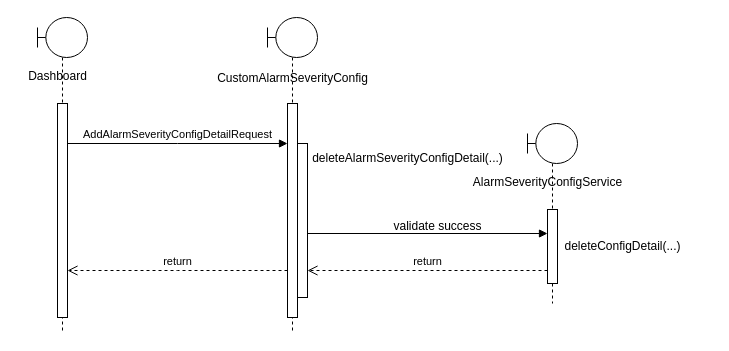
This is page "Xóa cấu hình" (5 of 5) of change_alarm_severity.drawio from hiep1097/drawio, a draw.io file, before an edit. Source tidied: cells renumbered, new cells numbered last; positions are measured from the earlier drawing's top-left corner, leaving out a move shared by most shapes. Both pictures are drawn from the tidied source at 100%, with x=0, y=0 at pixel (17, 17).
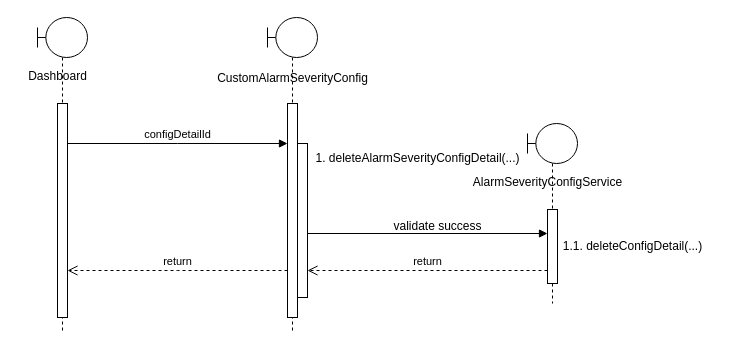
After the change.

Unchanged cells that the change refers to:
```xml
<mxCell id="3" style="html=1;points=[];perimeter=orthogonalPerimeter;outlineConnect=0;targetShapes=umlLifeline;portConstraint=eastwest;newEdgeStyle={&quot;edgeStyle&quot;:&quot;elbowEdgeStyle&quot;,&quot;elbow&quot;:&quot;vertical&quot;,&quot;curved&quot;:0,&quot;rounded&quot;:0};" parent="2" vertex="1">
  <mxGeometry x="20" y="86" width="10" height="214" as="geometry" />
</mxCell>
```

The edit, as a diff of the source:
```diff
@@
-    <mxCell id="9" value="AddAlarmSeverityConfigDetailRequest" style="html=1;verticalAlign=bottom;endArrow=block;edgeStyle=elbowEdgeStyle;elbow=vertical;curved=0;rounded=0;" parent="1" edge="1" target="3">
+    <mxCell id="9" value="configDetailId" style="html=1;verticalAlign=bottom;endArrow=block;edgeStyle=elbowEdgeStyle;elbow=vertical;curved=0;rounded=0;" parent="1" edge="1" target="3">
       <mxGeometry relative="1" as="geometry">
         <mxPoint x="50" y="126" as="sourcePoint" />
       </mxGeometry>
     </mxCell>
-    <mxCell id="10" value="deleteAlarmSeverityConfigDetail(...)" style="text;html=1;align=center;verticalAlign=middle;strokeColor=none;fillColor=none;" parent="1" vertex="1">
-      <mxGeometry x="285" y="126" width="210" height="30" as="geometry" />
+    <mxCell id="10" value="1. deleteAlarmSeverityConfigDetail(...)" style="text;html=1;align=center;verticalAlign=middle;strokeColor=none;fillColor=none;" parent="1" vertex="1">
+      <mxGeometry x="285" y="126" width="230" height="30" as="geometry" />
     </mxCell>
@@
-    <mxCell id="16" value="deleteConfigDetail(...)" style="text;html=1;align=center;verticalAlign=middle;strokeColor=none;fillColor=none;" parent="1" vertex="1">
-      <mxGeometry x="535" y="214" width="140" height="30" as="geometry" />
+    <mxCell id="16" value="1.1. deleteConfigDetail(...)" style="text;html=1;align=center;verticalAlign=middle;strokeColor=none;fillColor=none;" parent="1" vertex="1">
+      <mxGeometry x="535" y="214" width="160" height="30" as="geometry" />
     </mxCell>
```
